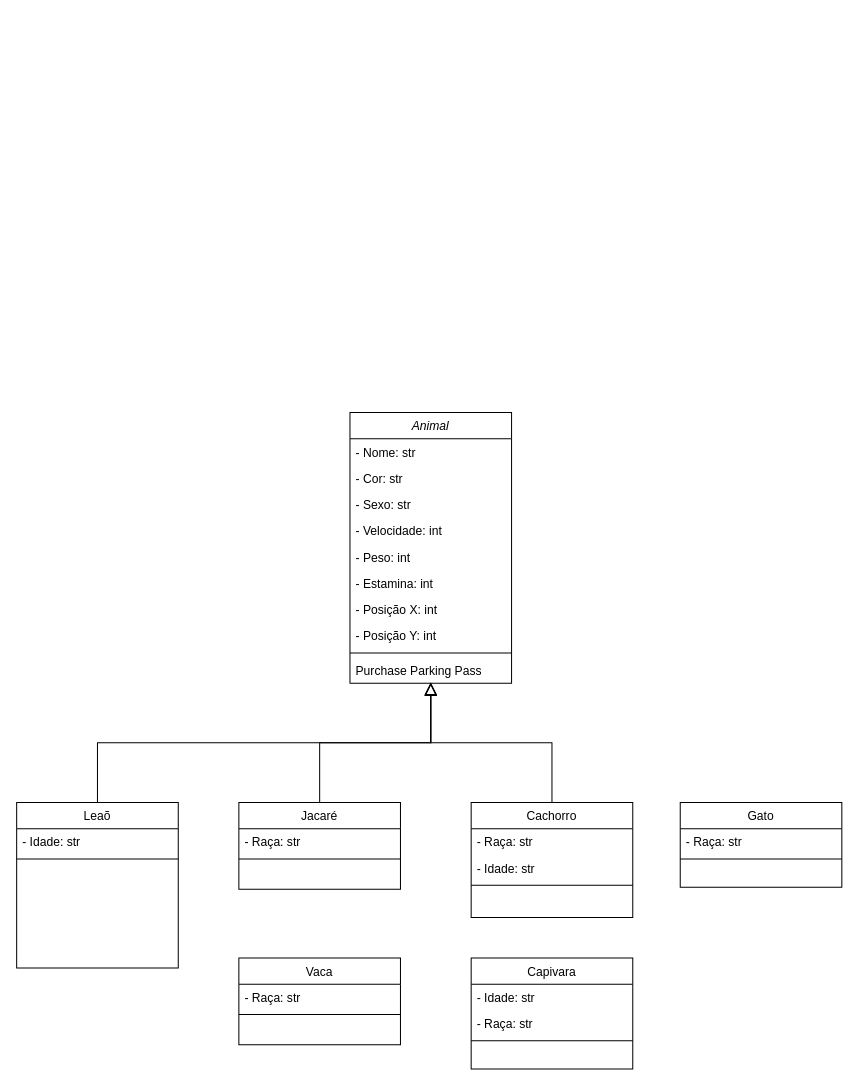
Before: Diagrama sem nome.drawio in Vitoria-Freire/rpt1, a draw.io diagram. Source tidied: cells renumbered, new cells numbered last; positions are measured from the earlier drawing's top-left corner, leaving out a move shared by most shapes. Both pictures are drawn from the tidied source at 101%, with x=0, y=0 at pixel (16, 412).
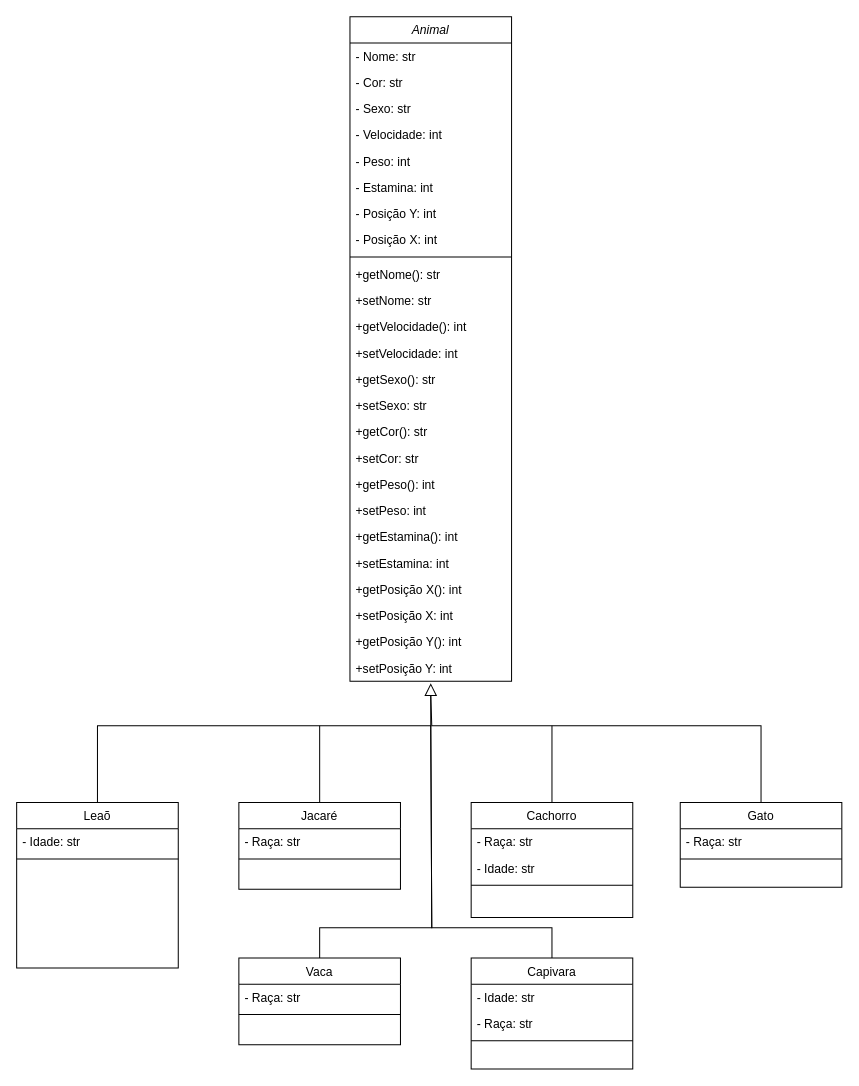
The same diagram, later.

Unchanged cells that the change refers to:
```xml
<mxCell id="13" value="Leaõ" style="swimlane;fontStyle=0;align=center;verticalAlign=top;horizontal=1;startSize=26;rounded=0;shadow=0;strokeWidth=1;" parent="1" vertex="1">
  <mxGeometry y="386" width="160" height="164" as="geometry" />
</mxCell>
<mxCell id="17" value="Jacaré" style="swimlane;fontStyle=0;align=center;verticalAlign=top;horizontal=1;startSize=26;rounded=0;shadow=0;strokeWidth=1;" parent="1" vertex="1">
  <mxGeometry x="220" y="386" width="160" height="86" as="geometry" />
</mxCell>
<mxCell id="21" value="Gato" style="swimlane;fontStyle=0;align=center;verticalAlign=top;horizontal=1;startSize=26;rounded=0;shadow=0;strokeWidth=1;" parent="1" vertex="1">
  <mxGeometry x="657" y="386" width="160" height="84" as="geometry" />
</mxCell>
<mxCell id="24" value="Cachorro" style="swimlane;fontStyle=0;align=center;verticalAlign=top;horizontal=1;startSize=26;rounded=0;shadow=0;strokeWidth=1;" parent="1" vertex="1">
  <mxGeometry x="450" y="386" width="160" height="114" as="geometry" />
</mxCell>
<mxCell id="28" value="Vaca" style="swimlane;fontStyle=0;align=center;verticalAlign=top;horizontal=1;startSize=26;rounded=0;shadow=0;strokeWidth=1;" parent="1" vertex="1">
  <mxGeometry x="220" y="540" width="160" height="86" as="geometry" />
</mxCell>
<mxCell id="31" value="Capivara" style="swimlane;fontStyle=0;align=center;verticalAlign=top;horizontal=1;startSize=26;rounded=0;shadow=0;strokeWidth=1;" parent="1" vertex="1">
  <mxGeometry x="450" y="540" width="160" height="110" as="geometry" />
</mxCell>
```

The edit, as a diff of the source:
```diff
@@
     <mxCell id="2" value="Animal" style="swimlane;fontStyle=2;align=center;verticalAlign=top;horizontal=1;startSize=26;rounded=0;shadow=0;strokeWidth=1;" parent="1" vertex="1">
-      <mxGeometry x="330" width="160" height="268" as="geometry" />
+      <mxGeometry x="330" y="-392" width="160" height="658" as="geometry" />
     </mxCell>
@@
+    <mxCell id="36" value="- Peso: int" style="text;align=left;verticalAlign=top;spacingLeft=4;spacingRight=4;overflow=hidden;rounded=0;shadow=0;html=0;" parent="2" vertex="1">
+      <mxGeometry y="130" width="160" height="26" as="geometry" />
+    </mxCell>
+    <mxCell id="37" value="- Estamina: int" style="text;align=left;verticalAlign=top;spacingLeft=4;spacingRight=4;overflow=hidden;rounded=0;shadow=0;html=0;" parent="2" vertex="1">
+      <mxGeometry y="156" width="160" height="26" as="geometry" />
+    </mxCell>
+    <mxCell id="38" value="- Posição Y: int" style="text;align=left;verticalAlign=top;spacingLeft=4;spacingRight=4;overflow=hidden;rounded=0;shadow=0;html=0;" parent="2" vertex="1">
+      <mxGeometry y="182" width="160" height="26" as="geometry" />
+    </mxCell>
+    <mxCell id="39" value="- Posição X: int" style="text;align=left;verticalAlign=top;spacingLeft=4;spacingRight=4;overflow=hidden;rounded=0;shadow=0;html=0;" parent="2" vertex="1">
+      <mxGeometry y="208" width="160" height="26" as="geometry" />
+    </mxCell>
+    <mxCell id="11" style="line;html=1;strokeWidth=1;align=left;verticalAlign=middle;spacingTop=-1;spacingLeft=3;spacingRight=3;labelPosition=right;" parent="2" vertex="1">
+      <mxGeometry y="234" width="160" height="8" as="geometry" />
+    </mxCell>
+    <mxCell id="40" value="+getNome(): str" style="text;align=left;verticalAlign=top;spacingLeft=4;spacingRight=4;overflow=hidden;" parent="2" vertex="1">
+      <mxGeometry y="242" width="160" height="26" as="geometry" />
+    </mxCell>
+    <mxCell id="41" value="+setNome: str" style="text;align=left;verticalAlign=top;spacingLeft=4;spacingRight=4;overflow=hidden;" parent="2" vertex="1">
+      <mxGeometry y="268" width="160" height="26" as="geometry" />
+    </mxCell>
+    <mxCell id="42" value="+getVelocidade(): int" style="text;align=left;verticalAlign=top;spacingLeft=4;spacingRight=4;overflow=hidden;rounded=0;shadow=0;html=0;" parent="2" vertex="1">
+      <mxGeometry y="294" width="160" height="26" as="geometry" />
+    </mxCell>
+    <mxCell id="43" value="+setVelocidade: int" style="text;align=left;verticalAlign=top;spacingLeft=4;spacingRight=4;overflow=hidden;rounded=0;shadow=0;html=0;" parent="2" vertex="1">
+      <mxGeometry y="320" width="160" height="26" as="geometry" />
+    </mxCell>
+    <mxCell id="44" value="+getSexo(): str" style="text;align=left;verticalAlign=top;spacingLeft=4;spacingRight=4;overflow=hidden;rounded=0;shadow=0;html=0;" parent="2" vertex="1">
+      <mxGeometry y="346" width="160" height="26" as="geometry" />
+    </mxCell>
+    <mxCell id="45" value="+setSexo: str" style="text;align=left;verticalAlign=top;spacingLeft=4;spacingRight=4;overflow=hidden;rounded=0;shadow=0;html=0;" parent="2" vertex="1">
+      <mxGeometry y="372" width="160" height="26" as="geometry" />
+    </mxCell>
+    <mxCell id="46" value="+getCor(): str" style="text;align=left;verticalAlign=top;spacingLeft=4;spacingRight=4;overflow=hidden;rounded=0;shadow=0;html=0;" parent="2" vertex="1">
+      <mxGeometry y="398" width="160" height="26" as="geometry" />
+    </mxCell>
+    <mxCell id="47" value="+setCor: str" style="text;align=left;verticalAlign=top;spacingLeft=4;spacingRight=4;overflow=hidden;rounded=0;shadow=0;html=0;" parent="2" vertex="1">
+      <mxGeometry y="424" width="160" height="26" as="geometry" />
+    </mxCell>
+    <mxCell id="48" value="+getPeso(): int" style="text;align=left;verticalAlign=top;spacingLeft=4;spacingRight=4;overflow=hidden;rounded=0;shadow=0;html=0;" parent="2" vertex="1">
+      <mxGeometry y="450" width="160" height="26" as="geometry" />
+    </mxCell>
-    <mxCell id="7" value="- Peso: int" style="text;align=left;verticalAlign=top;spacingLeft=4;spacingRight=4;overflow=hidden;rounded=0;shadow=0;html=0;" parent="2" vertex="1">
-      <mxGeometry y="130" width="160" height="26" as="geometry" />
+    <mxCell id="7" value="+setPeso: int" style="text;align=left;verticalAlign=top;spacingLeft=4;spacingRight=4;overflow=hidden;rounded=0;shadow=0;html=0;" parent="2" vertex="1">
+      <mxGeometry y="476" width="160" height="26" as="geometry" />
     </mxCell>
-    <mxCell id="8" value="- Estamina: int" style="text;align=left;verticalAlign=top;spacingLeft=4;spacingRight=4;overflow=hidden;rounded=0;shadow=0;html=0;" parent="2" vertex="1">
-      <mxGeometry y="156" width="160" height="26" as="geometry" />
+    <mxCell id="8" value="+getEstamina(): int" style="text;align=left;verticalAlign=top;spacingLeft=4;spacingRight=4;overflow=hidden;rounded=0;shadow=0;html=0;" parent="2" vertex="1">
+      <mxGeometry y="502" width="160" height="26" as="geometry" />
     </mxCell>
+    <mxCell id="49" value="+setEstamina: int" style="text;align=left;verticalAlign=top;spacingLeft=4;spacingRight=4;overflow=hidden;rounded=0;shadow=0;html=0;" parent="2" vertex="1">
+      <mxGeometry y="528" width="160" height="26" as="geometry" />
+    </mxCell>
-    <mxCell id="9" value="- Posição X: int" style="text;align=left;verticalAlign=top;spacingLeft=4;spacingRight=4;overflow=hidden;rounded=0;shadow=0;html=0;" parent="2" vertex="1">
-      <mxGeometry y="182" width="160" height="26" as="geometry" />
+    <mxCell id="9" value="+getPosição X(): int" style="text;align=left;verticalAlign=top;spacingLeft=4;spacingRight=4;overflow=hidden;rounded=0;shadow=0;html=0;" parent="2" vertex="1">
+      <mxGeometry y="554" width="160" height="26" as="geometry" />
     </mxCell>
+    <mxCell id="50" value="+setPosição X: int" style="text;align=left;verticalAlign=top;spacingLeft=4;spacingRight=4;overflow=hidden;rounded=0;shadow=0;html=0;" parent="2" vertex="1">
+      <mxGeometry y="580" width="160" height="26" as="geometry" />
+    </mxCell>
-    <mxCell id="10" value="- Posição Y: int" style="text;align=left;verticalAlign=top;spacingLeft=4;spacingRight=4;overflow=hidden;rounded=0;shadow=0;html=0;" parent="2" vertex="1">
-      <mxGeometry y="208" width="160" height="26" as="geometry" />
+    <mxCell id="10" value="+getPosição Y(): int" style="text;align=left;verticalAlign=top;spacingLeft=4;spacingRight=4;overflow=hidden;rounded=0;shadow=0;html=0;" parent="2" vertex="1">
+      <mxGeometry y="606" width="160" height="26" as="geometry" />
     </mxCell>
-    <mxCell id="11" style="line;html=1;strokeWidth=1;align=left;verticalAlign=middle;spacingTop=-1;spacingLeft=3;spacingRight=3;labelPosition=right;" parent="2" vertex="1">
-      <mxGeometry y="234" width="160" height="8" as="geometry" />
-    </mxCell>
-    <mxCell id="12" value="Purchase Parking Pass" style="text;align=left;verticalAlign=top;spacingLeft=4;spacingRight=4;overflow=hidden;points=[[0,0.5],[1,0.5]];portConstraint=eastwest;" parent="2" vertex="1">
-      <mxGeometry y="242" width="160" height="26" as="geometry" />
-    </mxCell>
+    <mxCell id="51" value="+setPosição Y: int" style="text;align=left;verticalAlign=top;spacingLeft=4;spacingRight=4;overflow=hidden;rounded=0;shadow=0;html=0;" parent="2" vertex="1">
+      <mxGeometry y="632" width="160" height="26" as="geometry" />
+    </mxCell>
@@
-    <mxCell id="16" style="endArrow=block;endSize=10;endFill=0;shadow=0;strokeWidth=1;rounded=0;edgeStyle=elbowEdgeStyle;elbow=vertical;" parent="1" edge="1" source="13" target="2">
-      <mxGeometry relative="1" as="geometry" />
+    <mxCell id="16" style="endArrow=block;endSize=10;endFill=0;shadow=0;strokeWidth=1;rounded=0;edgeStyle=elbowEdgeStyle;elbow=vertical;" parent="1" edge="1" source="13">
+      <mxGeometry relative="1" as="geometry">
+        <mxPoint x="410" y="268" as="targetPoint" />
+        <Array as="points">
+          <mxPoint x="240" y="310" />
+        </Array>
+      </mxGeometry>
     </mxCell>
+    <mxCell id="52" style="edgeStyle=orthogonalEdgeStyle;rounded=0;jettySize=auto;html=1;exitX=0.5;exitY=0;exitDx=0;exitDy=0;endArrow=none;endFill=0;" parent="1" edge="1" source="17">
+      <mxGeometry relative="1" as="geometry">
+        <mxPoint x="300" y="310" as="targetPoint" />
+      </mxGeometry>
+    </mxCell>
@@
-    <mxCell id="20" style="endArrow=block;endSize=10;endFill=0;shadow=0;strokeWidth=1;rounded=0;edgeStyle=elbowEdgeStyle;elbow=vertical;" parent="1" edge="1" source="17" target="2">
-      <mxGeometry relative="1" as="geometry" />
-    </mxCell>
+    <mxCell id="53" style="edgeStyle=orthogonalEdgeStyle;rounded=0;jettySize=auto;html=1;exitX=0.5;exitY=0;exitDx=0;exitDy=0;endArrow=none;endFill=0;" parent="1" edge="1" source="21">
+      <mxGeometry relative="1" as="geometry">
+        <mxPoint x="410" y="280" as="targetPoint" />
+        <Array as="points">
+          <mxPoint x="737" y="310" />
+          <mxPoint x="411" y="310" />
+        </Array>
+      </mxGeometry>
+    </mxCell>
@@
+    <mxCell id="54" style="edgeStyle=orthogonalEdgeStyle;rounded=0;jettySize=auto;html=1;exitX=0.5;exitY=0;exitDx=0;exitDy=0;endArrow=none;endFill=0;" parent="1" edge="1" source="24">
+      <mxGeometry relative="1" as="geometry">
+        <mxPoint x="530" y="310" as="targetPoint" />
+      </mxGeometry>
+    </mxCell>
@@
+    <mxCell id="55" style="edgeStyle=orthogonalEdgeStyle;rounded=0;jettySize=auto;html=1;exitX=0.5;exitY=0;exitDx=0;exitDy=0;endArrow=none;endFill=0;" parent="1" edge="1" source="28">
+      <mxGeometry relative="1" as="geometry">
+        <mxPoint x="410" y="310" as="targetPoint" />
+        <Array as="points">
+          <mxPoint x="300" y="510" />
+          <mxPoint x="411" y="510" />
+        </Array>
+      </mxGeometry>
+    </mxCell>
@@
+    <mxCell id="56" style="edgeStyle=orthogonalEdgeStyle;rounded=0;jettySize=auto;html=1;exitX=0.5;exitY=0;exitDx=0;exitDy=0;endArrow=none;endFill=0;" parent="1" edge="1" source="31">
+      <mxGeometry relative="1" as="geometry">
+        <mxPoint x="410" y="310" as="targetPoint" />
+        <Array as="points">
+          <mxPoint x="530" y="510" />
+          <mxPoint x="411" y="510" />
+        </Array>
+      </mxGeometry>
+    </mxCell>
@@
-    <mxCell id="35" style="endArrow=block;endSize=10;endFill=0;shadow=0;strokeWidth=1;rounded=0;edgeStyle=elbowEdgeStyle;elbow=vertical;exitX=0.5;exitY=0;exitDx=0;exitDy=0;entryX=0.5;entryY=0.962;entryDx=0;entryDy=0;entryPerimeter=0;" parent="1" edge="1" source="24" target="12">
-      <mxGeometry relative="1" as="geometry" />
-    </mxCell>
```
